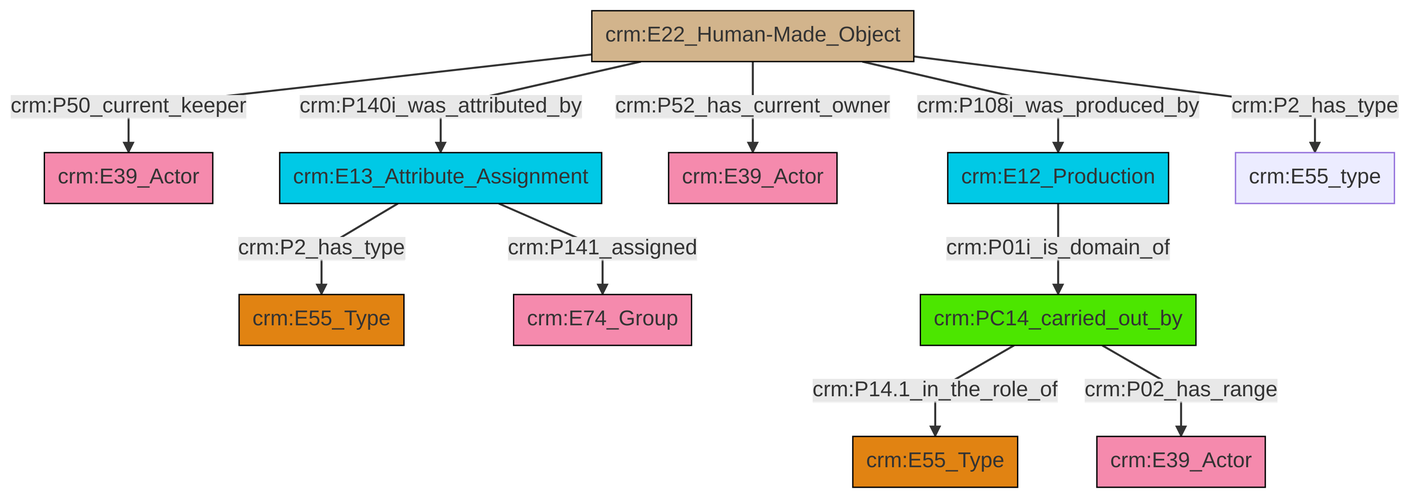
The Mermaid diagram et/artworkCSV/ttl/mmd/png/Artwork_Actor_Relations.png in swiss-art-research-net/reference-data-models, before a commit. Its source is kept beside it as et/artworkCSV/ttl/mmd/Artwork_Actor_Relations.ttl.mmd.
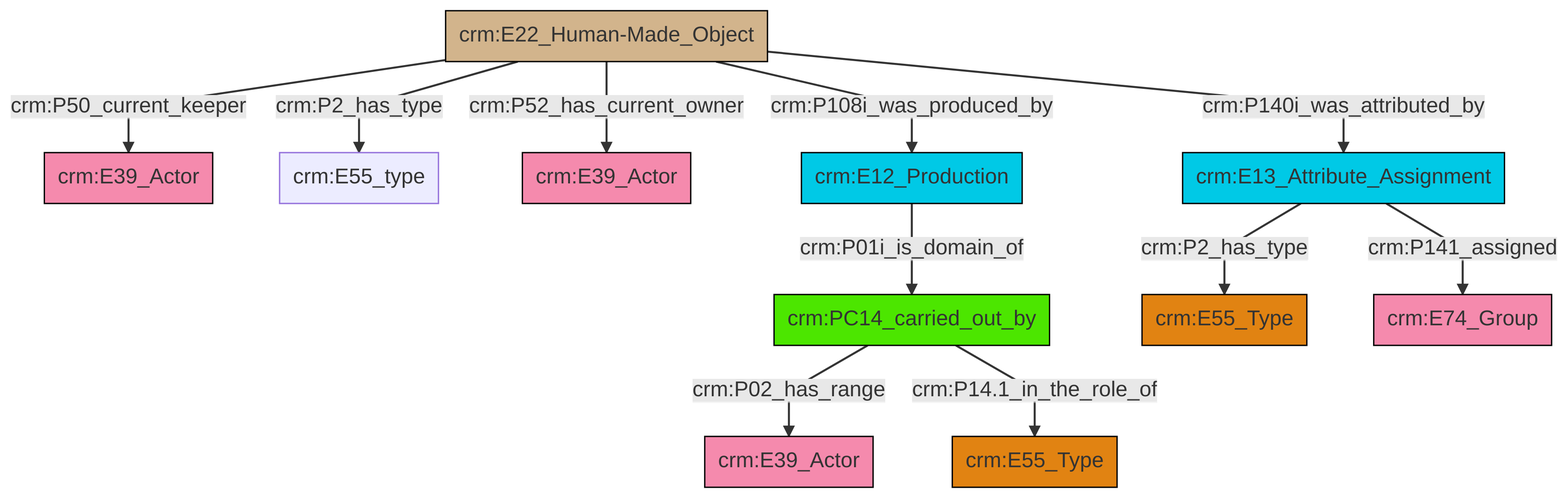
After the commit.

The edit, as a diff of the source:
```diff
@@ -13,13 +13,13 @@
 classDef PC_Classes fill:#4ce600, stroke:#000000;
 classDef Multi fill:#cccccc,stroke:#000000;
 
-2["crm:E13_Attribute_Assignment"]:::Temporal_Entity -->|crm:P2_has_type| 0["crm:E55_Type"]:::Type
-8["crm:E22_Human-Made_Object"]:::Physical_Thing -->|crm:P50_current_keeper| 9["crm:E39_Actor"]:::Actor
-12["crm:PC14_carried_out_by"]:::PC_Classes -->|crm:P14.1_in_the_role_of| 13["crm:E55_Type"]:::Type
-12["crm:PC14_carried_out_by"]:::PC_Classes -->|crm:P02_has_range| 4["crm:E39_Actor"]:::Actor
-2["crm:E13_Attribute_Assignment"]:::Temporal_Entity -->|crm:P141_assigned| 15["crm:E74_Group"]:::Actor
-8["crm:E22_Human-Made_Object"]:::Physical_Thing -->|crm:P140i_was_attributed_by| 2["crm:E13_Attribute_Assignment"]:::Temporal_Entity
-8["crm:E22_Human-Made_Object"]:::Physical_Thing -->|crm:P52_has_current_owner| 17["crm:E39_Actor"]:::Actor
-8["crm:E22_Human-Made_Object"]:::Physical_Thing -->|crm:P108i_was_produced_by| 10["crm:E12_Production"]:::Temporal_Entity
-10["crm:E12_Production"]:::Temporal_Entity -->|crm:P01i_is_domain_of| 12["crm:PC14_carried_out_by"]:::PC_Classes
-8["crm:E22_Human-Made_Object"]:::Physical_Thing -->|crm:P2_has_type| 6["crm:E55_type"]:::Default
+0["crm:E22_Human-Made_Object"]:::Physical_Thing -->|crm:P50_current_keeper| 1["crm:E39_Actor"]:::Actor
+0["crm:E22_Human-Made_Object"]:::Physical_Thing -->|crm:P2_has_type| 2["crm:E55_type"]:::Default
+5["crm:PC14_carried_out_by"]:::PC_Classes -->|crm:P02_has_range| 6["crm:E39_Actor"]:::Actor
+8["crm:E13_Attribute_Assignment"]:::Temporal_Entity -->|crm:P2_has_type| 9["crm:E55_Type"]:::Type
+5["crm:PC14_carried_out_by"]:::PC_Classes -->|crm:P14.1_in_the_role_of| 12["crm:E55_Type"]:::Type
+0["crm:E22_Human-Made_Object"]:::Physical_Thing -->|crm:P52_has_current_owner| 3["crm:E39_Actor"]:::Actor
+13["crm:E12_Production"]:::Temporal_Entity -->|crm:P01i_is_domain_of| 5["crm:PC14_carried_out_by"]:::PC_Classes
+0["crm:E22_Human-Made_Object"]:::Physical_Thing -->|crm:P108i_was_produced_by| 13["crm:E12_Production"]:::Temporal_Entity
+0["crm:E22_Human-Made_Object"]:::Physical_Thing -->|crm:P140i_was_attributed_by| 8["crm:E13_Attribute_Assignment"]:::Temporal_Entity
+8["crm:E13_Attribute_Assignment"]:::Temporal_Entity -->|crm:P141_assigned| 19["crm:E74_Group"]:::Actor
```
